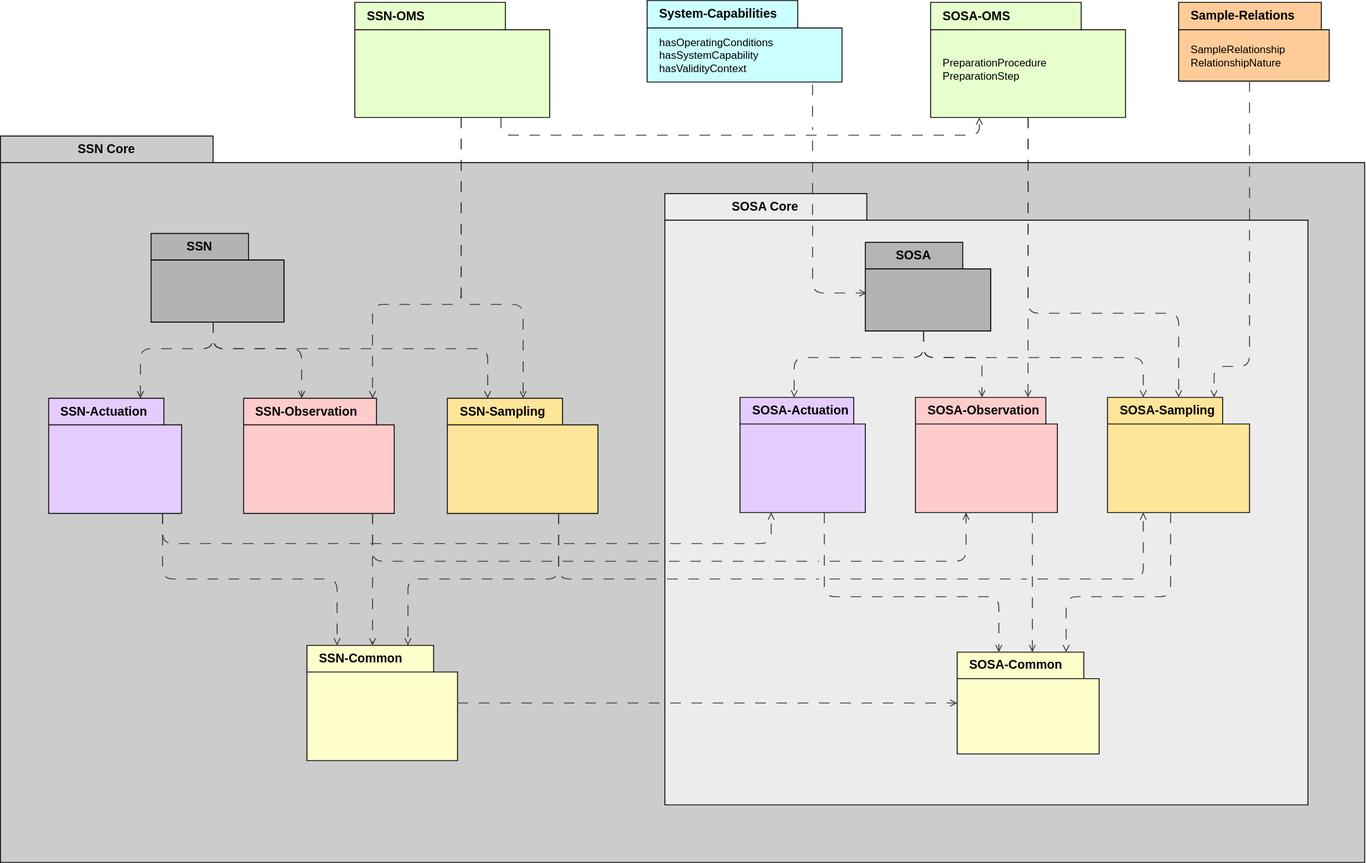
Above: ssn/images/SSN-extension-modules.svg in afeliachi/sdw-sosa-ssn (draw.io), before the change. Source tidied: cells renumbered, new cells last; positions are measured from the earlier drawing's top-left corner, leaving out a move shared by most shapes.
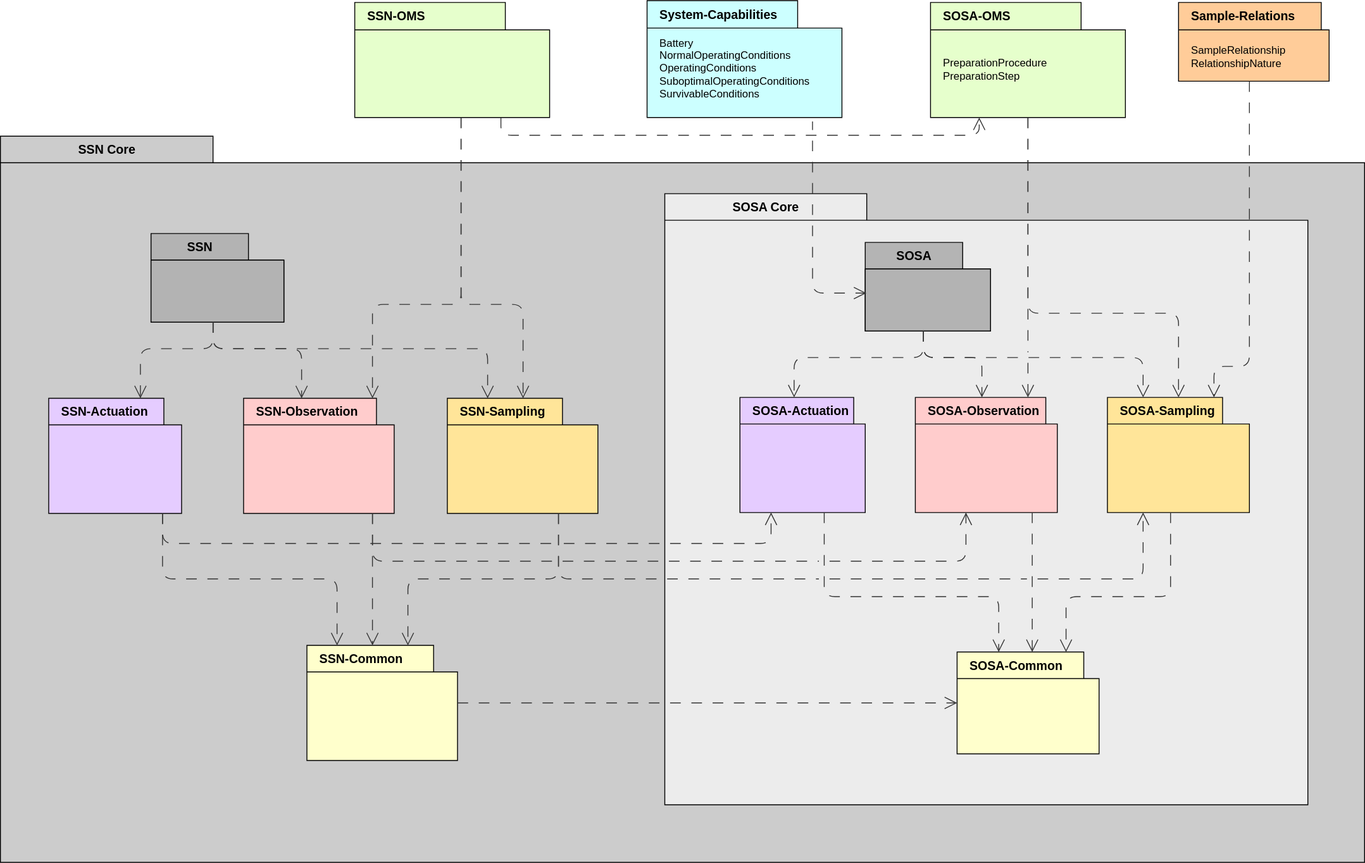
The same diagram one commit later.

Change to the diagram source:
```diff
@@ -55,3 +55,3 @@
     </mxCell>
-    <mxCell id="15" style="html=1;jettySize=18;whiteSpace=wrap;fontSize=13;strokeColor=#333333;strokeOpacity=100;fixDash=1;strokeWidth=1;rounded=1;arcSize=24;edgeStyle=orthogonalEdgeStyle;startArrow=none;endArrow=open;lucidId=S1U.udle6dnT;dashed=1;dashPattern=12 12;convertToSvg=1;fontColor=default;" parent="3" edge="1" source="13" target="5">
+    <mxCell id="15" style="html=1;jettySize=18;whiteSpace=wrap;fontSize=13;strokeColor=#333333;strokeOpacity=100;fixDash=1;strokeWidth=1;rounded=1;arcSize=24;edgeStyle=orthogonalEdgeStyle;startArrow=none;endArrow=open;lucidId=S1U.udle6dnT;dashed=1;dashPattern=12 12;convertToSvg=1;fontColor=default;endSize=12;" parent="3" edge="1" source="13" target="5">
       <mxGeometry relative="1" as="geometry">
@@ -63,3 +63,3 @@
     </mxCell>
-    <mxCell id="16" style="html=1;jettySize=18;whiteSpace=wrap;fontSize=13;strokeColor=#333333;strokeOpacity=100;fixDash=1;strokeWidth=1;rounded=1;arcSize=24;edgeStyle=orthogonalEdgeStyle;startArrow=none;endArrow=open;lucidId=S1U.udle6dnT;dashed=1;dashPattern=12 12;convertToSvg=1;fontColor=default;" parent="3" edge="1" source="13" target="7">
+    <mxCell id="16" style="html=1;jettySize=18;whiteSpace=wrap;fontSize=13;strokeColor=#333333;strokeOpacity=100;fixDash=1;strokeWidth=1;rounded=1;arcSize=24;edgeStyle=orthogonalEdgeStyle;startArrow=none;endArrow=open;lucidId=S1U.udle6dnT;dashed=1;dashPattern=12 12;convertToSvg=1;fontColor=default;endSize=12;" parent="3" edge="1" source="13" target="7">
       <mxGeometry relative="1" as="geometry">
@@ -71,3 +71,3 @@
     </mxCell>
-    <mxCell id="17" style="html=1;jettySize=18;whiteSpace=wrap;fontSize=13;strokeColor=#333333;strokeOpacity=100;fixDash=1;strokeWidth=1;rounded=1;arcSize=24;edgeStyle=orthogonalEdgeStyle;startArrow=none;endArrow=open;lucidId=S1U.udle6dnT;dashed=1;dashPattern=12 12;convertToSvg=1;fontColor=default;" parent="3" edge="1" source="13" target="9">
+    <mxCell id="17" style="html=1;jettySize=18;whiteSpace=wrap;fontSize=13;strokeColor=#333333;strokeOpacity=100;fixDash=1;strokeWidth=1;rounded=1;arcSize=24;edgeStyle=orthogonalEdgeStyle;startArrow=none;endArrow=open;lucidId=S1U.udle6dnT;dashed=1;dashPattern=12 12;convertToSvg=1;fontColor=default;endSize=12;" parent="3" edge="1" source="13" target="9">
       <mxGeometry relative="1" as="geometry">
@@ -79,3 +79,3 @@
     </mxCell>
-    <mxCell id="18" style="html=1;jettySize=18;whiteSpace=wrap;fontSize=13;strokeColor=#333333;strokeOpacity=100;fixDash=1;strokeWidth=1;rounded=1;arcSize=24;edgeStyle=orthogonalEdgeStyle;startArrow=none;endArrow=open;lucidId=S1U.udle6dnT;dashed=1;dashPattern=12 12;convertToSvg=1;fontColor=default;" parent="3" edge="1" source="5" target="11">
+    <mxCell id="18" style="html=1;jettySize=18;whiteSpace=wrap;fontSize=13;strokeColor=#333333;strokeOpacity=100;fixDash=1;strokeWidth=1;rounded=1;arcSize=24;edgeStyle=orthogonalEdgeStyle;startArrow=none;endArrow=open;lucidId=S1U.udle6dnT;dashed=1;dashPattern=12 12;convertToSvg=1;fontColor=default;endSize=12;" parent="3" edge="1" source="5" target="11">
       <mxGeometry relative="1" as="geometry">
@@ -87,3 +87,3 @@
     </mxCell>
-    <mxCell id="19" style="html=1;jettySize=18;whiteSpace=wrap;fontSize=13;strokeColor=#333333;strokeOpacity=100;fixDash=1;strokeWidth=1;rounded=1;arcSize=24;edgeStyle=orthogonalEdgeStyle;startArrow=none;endArrow=open;lucidId=S1U.udle6dnT;dashed=1;dashPattern=12 12;convertToSvg=1;fontColor=default;" parent="3" edge="1" source="7" target="11">
+    <mxCell id="19" style="html=1;jettySize=18;whiteSpace=wrap;fontSize=13;strokeColor=#333333;strokeOpacity=100;fixDash=1;strokeWidth=1;rounded=1;arcSize=24;edgeStyle=orthogonalEdgeStyle;startArrow=none;endArrow=open;lucidId=S1U.udle6dnT;dashed=1;dashPattern=12 12;convertToSvg=1;fontColor=default;endSize=12;" parent="3" edge="1" source="7" target="11">
       <mxGeometry relative="1" as="geometry">
@@ -95,3 +95,3 @@
     </mxCell>
-    <mxCell id="20" style="html=1;jettySize=18;whiteSpace=wrap;fontSize=13;strokeColor=#333333;strokeOpacity=100;fixDash=1;strokeWidth=1;rounded=1;arcSize=24;edgeStyle=orthogonalEdgeStyle;startArrow=none;endArrow=open;lucidId=S1U.udle6dnT;dashed=1;dashPattern=12 12;convertToSvg=1;fontColor=default;" parent="3" edge="1" source="9" target="11">
+    <mxCell id="20" style="html=1;jettySize=18;whiteSpace=wrap;fontSize=13;strokeColor=#333333;strokeOpacity=100;fixDash=1;strokeWidth=1;rounded=1;arcSize=24;edgeStyle=orthogonalEdgeStyle;startArrow=none;endArrow=open;lucidId=S1U.udle6dnT;dashed=1;dashPattern=12 12;convertToSvg=1;fontColor=default;endSize=12;" parent="3" edge="1" source="9" target="11">
       <mxGeometry relative="1" as="geometry">
@@ -143,3 +143,3 @@
     </mxCell>
-    <mxCell id="31" style="html=1;jettySize=18;whiteSpace=wrap;fontSize=13;strokeColor=#333333;strokeOpacity=100;fixDash=1;strokeWidth=1;rounded=1;arcSize=24;edgeStyle=orthogonalEdgeStyle;startArrow=none;endArrow=open;lucidId=S1U.udle6dnT;dashed=1;dashPattern=12 12;convertToSvg=1;fontColor=default;" parent="2" edge="1" source="29" target="21">
+    <mxCell id="31" style="html=1;jettySize=18;whiteSpace=wrap;fontSize=13;strokeColor=#333333;strokeOpacity=100;fixDash=1;strokeWidth=1;rounded=1;arcSize=24;edgeStyle=orthogonalEdgeStyle;startArrow=none;endArrow=open;lucidId=S1U.udle6dnT;dashed=1;dashPattern=12 12;convertToSvg=1;fontColor=default;endSize=12;" parent="2" edge="1" source="29" target="21">
       <mxGeometry relative="1" as="geometry">
@@ -151,3 +151,3 @@
     </mxCell>
-    <mxCell id="32" style="html=1;jettySize=18;whiteSpace=wrap;fontSize=13;strokeColor=#333333;strokeOpacity=100;fixDash=1;strokeWidth=1;rounded=1;arcSize=24;edgeStyle=orthogonalEdgeStyle;startArrow=none;endArrow=open;lucidId=S1U.udle6dnT;dashed=1;dashPattern=12 12;convertToSvg=1;fontColor=default;" parent="2" edge="1" source="29" target="23">
+    <mxCell id="32" style="html=1;jettySize=18;whiteSpace=wrap;fontSize=13;strokeColor=#333333;strokeOpacity=100;fixDash=1;strokeWidth=1;rounded=1;arcSize=24;edgeStyle=orthogonalEdgeStyle;startArrow=none;endArrow=open;lucidId=S1U.udle6dnT;dashed=1;dashPattern=12 12;convertToSvg=1;fontColor=default;endSize=12;" parent="2" edge="1" source="29" target="23">
       <mxGeometry relative="1" as="geometry">
@@ -159,3 +159,3 @@
     </mxCell>
-    <mxCell id="33" style="html=1;jettySize=18;whiteSpace=wrap;fontSize=13;strokeColor=#333333;strokeOpacity=100;fixDash=1;strokeWidth=1;rounded=1;arcSize=24;edgeStyle=orthogonalEdgeStyle;startArrow=none;endArrow=open;lucidId=S1U.udle6dnT;dashed=1;dashPattern=12 12;convertToSvg=1;fontColor=default;" parent="2" edge="1" source="29" target="25">
+    <mxCell id="33" style="html=1;jettySize=18;whiteSpace=wrap;fontSize=13;strokeColor=#333333;strokeOpacity=100;fixDash=1;strokeWidth=1;rounded=1;arcSize=24;edgeStyle=orthogonalEdgeStyle;startArrow=none;endArrow=open;lucidId=S1U.udle6dnT;dashed=1;dashPattern=12 12;convertToSvg=1;fontColor=default;endSize=12;" parent="2" edge="1" source="29" target="25">
       <mxGeometry relative="1" as="geometry">
@@ -167,3 +167,3 @@
     </mxCell>
-    <mxCell id="34" style="html=1;jettySize=18;whiteSpace=wrap;fontSize=13;strokeColor=#333333;strokeOpacity=100;fixDash=1;strokeWidth=1;rounded=1;arcSize=24;edgeStyle=orthogonalEdgeStyle;startArrow=none;endArrow=open;lucidId=S1U.udle6dnT;dashed=1;dashPattern=12 12;convertToSvg=1;fontColor=default;" parent="2" edge="1" source="21" target="27">
+    <mxCell id="34" style="html=1;jettySize=18;whiteSpace=wrap;fontSize=13;strokeColor=#333333;strokeOpacity=100;fixDash=1;strokeWidth=1;rounded=1;arcSize=24;edgeStyle=orthogonalEdgeStyle;startArrow=none;endArrow=open;lucidId=S1U.udle6dnT;dashed=1;dashPattern=12 12;convertToSvg=1;fontColor=default;endSize=12;" parent="2" edge="1" source="21" target="27">
       <mxGeometry relative="1" as="geometry">
@@ -175,3 +175,3 @@
     </mxCell>
-    <mxCell id="35" style="html=1;jettySize=18;whiteSpace=wrap;fontSize=13;strokeColor=#333333;strokeOpacity=100;fixDash=1;strokeWidth=1;rounded=1;arcSize=24;edgeStyle=orthogonalEdgeStyle;startArrow=none;endArrow=open;lucidId=S1U.udle6dnT;dashed=1;dashPattern=12 12;convertToSvg=1;fontColor=default;" parent="2" edge="1" source="23" target="27">
+    <mxCell id="35" style="html=1;jettySize=18;whiteSpace=wrap;fontSize=13;strokeColor=#333333;strokeOpacity=100;fixDash=1;strokeWidth=1;rounded=1;arcSize=24;edgeStyle=orthogonalEdgeStyle;startArrow=none;endArrow=open;lucidId=S1U.udle6dnT;dashed=1;dashPattern=12 12;convertToSvg=1;fontColor=default;endSize=12;" parent="2" edge="1" source="23" target="27">
       <mxGeometry relative="1" as="geometry">
@@ -183,3 +183,3 @@
     </mxCell>
-    <mxCell id="36" style="html=1;jettySize=18;whiteSpace=wrap;fontSize=13;strokeColor=#333333;strokeOpacity=100;fixDash=1;strokeWidth=1;rounded=1;arcSize=24;edgeStyle=orthogonalEdgeStyle;startArrow=none;endArrow=open;lucidId=S1U.udle6dnT;dashed=1;dashPattern=12 12;convertToSvg=1;fontColor=default;" parent="2" edge="1" source="25" target="27">
+    <mxCell id="36" style="html=1;jettySize=18;whiteSpace=wrap;fontSize=13;strokeColor=#333333;strokeOpacity=100;fixDash=1;strokeWidth=1;rounded=1;arcSize=24;edgeStyle=orthogonalEdgeStyle;startArrow=none;endArrow=open;lucidId=S1U.udle6dnT;dashed=1;dashPattern=12 12;convertToSvg=1;fontColor=default;endSize=12;" parent="2" edge="1" source="25" target="27">
       <mxGeometry relative="1" as="geometry">
@@ -191,6 +191,6 @@
     </mxCell>
-    <mxCell id="37" style="html=1;jettySize=18;whiteSpace=wrap;fontSize=13;strokeColor=#333333;strokeOpacity=100;fixDash=1;strokeWidth=1;rounded=1;arcSize=24;edgeStyle=orthogonalEdgeStyle;startArrow=none;endArrow=open;lucidId=S1U.udle6dnT;dashed=1;dashPattern=12 12;convertToSvg=1;fontColor=default;" parent="2" edge="1" source="27" target="11">
+    <mxCell id="37" style="html=1;jettySize=18;whiteSpace=wrap;fontSize=13;strokeColor=#333333;strokeOpacity=100;fixDash=1;strokeWidth=1;rounded=1;arcSize=24;edgeStyle=orthogonalEdgeStyle;startArrow=none;endArrow=open;lucidId=S1U.udle6dnT;dashed=1;dashPattern=12 12;convertToSvg=1;fontColor=default;endSize=12;" parent="2" edge="1" source="27" target="11">
       <mxGeometry relative="1" as="geometry" />
     </mxCell>
-    <mxCell id="38" style="html=1;jettySize=18;whiteSpace=wrap;fontSize=13;strokeColor=#333333;strokeOpacity=100;fixDash=1;strokeWidth=1;rounded=1;arcSize=24;edgeStyle=orthogonalEdgeStyle;startArrow=none;endArrow=open;lucidId=S1U.udle6dnT;dashed=1;dashPattern=12 12;convertToSvg=1;jumpStyle=gap;jumpSize=12;fontColor=default;" parent="2" edge="1" source="21" target="5">
+    <mxCell id="38" style="html=1;jettySize=18;whiteSpace=wrap;fontSize=13;strokeColor=#333333;strokeOpacity=100;fixDash=1;strokeWidth=1;rounded=1;arcSize=24;edgeStyle=orthogonalEdgeStyle;startArrow=none;endArrow=open;lucidId=S1U.udle6dnT;dashed=1;dashPattern=12 12;convertToSvg=1;jumpStyle=gap;jumpSize=12;fontColor=default;endSize=12;" parent="2" edge="1" source="21" target="5">
       <mxGeometry relative="1" as="geometry">
@@ -202,3 +202,3 @@
     </mxCell>
-    <mxCell id="39" style="html=1;jettySize=18;whiteSpace=wrap;fontSize=13;strokeColor=#333333;strokeOpacity=100;fixDash=1;strokeWidth=1;rounded=1;arcSize=24;edgeStyle=orthogonalEdgeStyle;startArrow=none;endArrow=open;lucidId=S1U.udle6dnT;dashed=1;dashPattern=12 12;convertToSvg=1;jumpStyle=gap;jumpSize=12;fontColor=default;" parent="2" edge="1" source="23" target="7">
+    <mxCell id="39" style="html=1;jettySize=18;whiteSpace=wrap;fontSize=13;strokeColor=#333333;strokeOpacity=100;fixDash=1;strokeWidth=1;rounded=1;arcSize=24;edgeStyle=orthogonalEdgeStyle;startArrow=none;endArrow=open;lucidId=S1U.udle6dnT;dashed=1;dashPattern=12 12;convertToSvg=1;jumpStyle=gap;jumpSize=12;fontColor=default;endSize=12;" parent="2" edge="1" source="23" target="7">
       <mxGeometry relative="1" as="geometry">
@@ -210,3 +210,3 @@
     </mxCell>
-    <mxCell id="40" style="html=1;jettySize=18;whiteSpace=wrap;fontSize=13;strokeColor=#333333;strokeOpacity=100;fixDash=1;strokeWidth=1;rounded=1;arcSize=24;edgeStyle=orthogonalEdgeStyle;startArrow=none;endArrow=open;lucidId=S1U.udle6dnT;dashed=1;dashPattern=12 12;convertToSvg=1;jumpStyle=gap;jumpSize=12;fontColor=default;" parent="2" edge="1" source="25" target="9">
+    <mxCell id="40" style="html=1;jettySize=18;whiteSpace=wrap;fontSize=13;strokeColor=#333333;strokeOpacity=100;fixDash=1;strokeWidth=1;rounded=1;arcSize=24;edgeStyle=orthogonalEdgeStyle;startArrow=none;endArrow=open;lucidId=S1U.udle6dnT;dashed=1;dashPattern=12 12;convertToSvg=1;jumpStyle=gap;jumpSize=12;fontColor=default;endSize=12;" parent="2" edge="1" source="25" target="9">
       <mxGeometry relative="1" as="geometry">
@@ -219,6 +219,6 @@
     <mxCell id="41" value="&lt;font style=&quot;font-size: 14px;&quot;&gt;System-Capabilities&lt;/font&gt;" style="shape=folder;fontStyle=1;tabWidth=170;tabHeight=31;tabPosition=left;html=1;boundedLbl=1;labelInHeader=1;whiteSpace=wrap;strokeColor=default;align=left;verticalAlign=middle;spacingLeft=12;fontFamily=Helvetica;fontSize=12;fontColor=default;fillColor=#CCFFFF;strokeWidth=1;convertToSvg=1;" parent="1" vertex="1">
-      <mxGeometry x="730" width="220" height="92" as="geometry" />
+      <mxGeometry x="730" width="220" height="132" as="geometry" />
     </mxCell>
-    <mxCell id="42" value="&lt;span style=&quot;font-weight: normal;&quot;&gt;hasOperatingConditions&lt;br&gt;hasSystemCapability&lt;br&gt;hasValidityContext&lt;/span&gt;" style="html=1;strokeColor=none;fillColor=none;whiteSpace=wrap;align=left;verticalAlign=middle;spacingLeft=12;fontFamily=Helvetica;fontSize=12;fontColor=default;fontStyle=1;strokeWidth=1;convertToSvg=1;" parent="41" vertex="1">
-      <mxGeometry width="220" height="64.4" relative="1" as="geometry">
+    <mxCell id="42" value="&lt;span style=&quot;font-weight: normal;&quot;&gt;Battery&lt;br&gt;&lt;/span&gt;&lt;span style=&quot;font-weight: 400;&quot;&gt;NormalOperatingConditions&lt;br&gt;&lt;/span&gt;&lt;span style=&quot;font-weight: 400;&quot;&gt;OperatingConditions&lt;br&gt;&lt;/span&gt;&lt;span style=&quot;font-weight: 400;&quot;&gt;SuboptimalOperatingConditions&lt;/span&gt;&lt;span style=&quot;font-weight: normal;&quot;&gt;&lt;br&gt;SurvivableConditions&lt;br&gt;&lt;/span&gt;" style="html=1;strokeColor=none;fillColor=none;whiteSpace=wrap;align=left;verticalAlign=middle;spacingLeft=12;fontFamily=Helvetica;fontSize=12;fontColor=default;fontStyle=1;strokeWidth=1;convertToSvg=1;" parent="41" vertex="1">
+      <mxGeometry width="220" height="92.4" relative="1" as="geometry">
         <mxPoint y="30" as="offset" />
@@ -250,3 +250,3 @@
     </mxCell>
-    <mxCell id="49" style="html=1;jettySize=18;whiteSpace=wrap;fontSize=13;strokeColor=#333333;strokeOpacity=100;fixDash=1;strokeWidth=1;rounded=1;arcSize=24;edgeStyle=orthogonalEdgeStyle;startArrow=none;endArrow=open;lucidId=S1U.udle6dnT;dashed=1;dashPattern=12 12;convertToSvg=1;fontColor=default;" parent="1" edge="1" source="43" target="5">
+    <mxCell id="49" style="html=1;jettySize=18;whiteSpace=wrap;fontSize=13;strokeColor=#333333;strokeOpacity=100;fixDash=1;strokeWidth=1;rounded=1;arcSize=24;edgeStyle=orthogonalEdgeStyle;startArrow=none;endArrow=open;lucidId=S1U.udle6dnT;dashed=1;dashPattern=12 12;convertToSvg=1;fontColor=default;endSize=12;" parent="1" edge="1" source="43" target="5">
       <mxGeometry relative="1" as="geometry">
@@ -258,3 +258,3 @@
     </mxCell>
-    <mxCell id="50" style="html=1;jettySize=18;whiteSpace=wrap;fontSize=13;strokeColor=#333333;strokeOpacity=100;fixDash=1;strokeWidth=1;rounded=1;arcSize=24;edgeStyle=orthogonalEdgeStyle;startArrow=none;endArrow=open;lucidId=S1U.udle6dnT;dashed=1;dashPattern=12 12;convertToSvg=1;fontColor=default;" parent="1" edge="1" source="45" target="5">
+    <mxCell id="50" style="html=1;jettySize=18;whiteSpace=wrap;fontSize=13;strokeColor=#333333;strokeOpacity=100;fixDash=1;strokeWidth=1;rounded=1;arcSize=24;edgeStyle=orthogonalEdgeStyle;startArrow=none;endArrow=open;lucidId=S1U.udle6dnT;dashed=1;dashPattern=12 12;convertToSvg=1;fontColor=default;endSize=12;" parent="1" edge="1" source="45" target="5">
       <mxGeometry relative="1" as="geometry">
@@ -266,3 +266,3 @@
     </mxCell>
-    <mxCell id="51" style="html=1;jettySize=18;whiteSpace=wrap;fontSize=13;strokeColor=#333333;strokeOpacity=100;fixDash=1;strokeWidth=1;rounded=1;arcSize=24;edgeStyle=orthogonalEdgeStyle;startArrow=none;endArrow=open;lucidId=S1U.udle6dnT;dashed=1;dashPattern=12 12;convertToSvg=1;jumpStyle=gap;jumpSize=12;fontColor=default;" parent="1" edge="1" source="45" target="7">
+    <mxCell id="51" style="html=1;jettySize=18;whiteSpace=wrap;fontSize=13;strokeColor=#333333;strokeOpacity=100;fixDash=1;strokeWidth=1;rounded=1;arcSize=24;edgeStyle=orthogonalEdgeStyle;startArrow=none;endArrow=open;lucidId=S1U.udle6dnT;dashed=1;dashPattern=12 12;convertToSvg=1;jumpStyle=gap;jumpSize=12;fontColor=default;endSize=12;" parent="1" edge="1" source="45" target="7">
       <mxGeometry relative="1" as="geometry">
@@ -274,3 +274,3 @@
     </mxCell>
-    <mxCell id="52" style="html=1;jettySize=18;whiteSpace=wrap;fontSize=13;strokeColor=#333333;strokeOpacity=100;fixDash=1;strokeWidth=1;rounded=1;arcSize=24;edgeStyle=orthogonalEdgeStyle;startArrow=none;endArrow=open;lucidId=S1U.udle6dnT;dashed=1;dashPattern=12 12;convertToSvg=1;fontColor=default;" parent="1" edge="1" source="47" target="23">
+    <mxCell id="52" style="html=1;jettySize=18;whiteSpace=wrap;fontSize=13;strokeColor=#333333;strokeOpacity=100;fixDash=1;strokeWidth=1;rounded=1;arcSize=24;edgeStyle=orthogonalEdgeStyle;startArrow=none;endArrow=open;lucidId=S1U.udle6dnT;dashed=1;dashPattern=12 12;convertToSvg=1;fontColor=default;endSize=12;" parent="1" edge="1" source="47" target="23">
       <mxGeometry relative="1" as="geometry">
@@ -282,3 +282,3 @@
     </mxCell>
-    <mxCell id="53" style="html=1;jettySize=18;whiteSpace=wrap;fontSize=13;strokeColor=#333333;strokeOpacity=100;fixDash=1;strokeWidth=1;rounded=1;arcSize=24;edgeStyle=orthogonalEdgeStyle;startArrow=none;endArrow=open;lucidId=S1U.udle6dnT;dashed=1;dashPattern=12 12;convertToSvg=1;jumpStyle=gap;jumpSize=12;fontColor=default;" parent="1" edge="1" source="47" target="21">
+    <mxCell id="53" style="html=1;jettySize=18;whiteSpace=wrap;fontSize=13;strokeColor=#333333;strokeOpacity=100;fixDash=1;strokeWidth=1;rounded=1;arcSize=24;edgeStyle=orthogonalEdgeStyle;startArrow=none;endArrow=open;lucidId=S1U.udle6dnT;dashed=1;dashPattern=12 12;convertToSvg=1;jumpStyle=gap;jumpSize=12;fontColor=default;endSize=12;" parent="1" edge="1" source="47" target="21">
       <mxGeometry relative="1" as="geometry">
@@ -290,3 +290,3 @@
     </mxCell>
-    <mxCell id="54" style="html=1;jettySize=18;whiteSpace=wrap;fontSize=13;strokeColor=#333333;strokeOpacity=100;fixDash=1;strokeWidth=1;rounded=1;arcSize=24;edgeStyle=orthogonalEdgeStyle;startArrow=none;endArrow=open;lucidId=S1U.udle6dnT;dashed=1;dashPattern=12 12;convertToSvg=1;fontColor=default;exitX=0.75;exitY=1;exitDx=0;exitDy=0;exitPerimeter=0;entryX=0.25;entryY=1;entryDx=0;entryDy=0;entryPerimeter=0;" parent="1" edge="1" source="47" target="45">
+    <mxCell id="54" style="html=1;jettySize=18;whiteSpace=wrap;fontSize=13;strokeColor=#333333;strokeOpacity=100;fixDash=1;strokeWidth=1;rounded=1;arcSize=24;edgeStyle=orthogonalEdgeStyle;startArrow=none;endArrow=open;lucidId=S1U.udle6dnT;dashed=1;dashPattern=12 12;convertToSvg=1;fontColor=default;exitX=0.75;exitY=1;exitDx=0;exitDy=0;exitPerimeter=0;entryX=0.25;entryY=1;entryDx=0;entryDy=0;entryPerimeter=0;endSize=12;" parent="1" edge="1" source="47" target="45">
       <mxGeometry relative="1" as="geometry">
@@ -298,3 +298,3 @@
     </mxCell>
-    <mxCell id="55" style="html=1;jettySize=18;whiteSpace=wrap;fontSize=13;strokeColor=#333333;strokeOpacity=100;fixDash=1;strokeWidth=1;rounded=1;arcSize=24;edgeStyle=orthogonalEdgeStyle;startArrow=none;endArrow=open;lucidId=S1U.udle6dnT;dashed=1;dashPattern=12 12;convertToSvg=1;jumpStyle=gap;jumpSize=12;fontColor=default;entryX=0.009;entryY=0.572;entryDx=0;entryDy=0;entryPerimeter=0;exitX=0.849;exitY=1.033;exitDx=0;exitDy=0;exitPerimeter=0;" parent="1" edge="1" source="41" target="13">
+    <mxCell id="55" style="html=1;jettySize=18;whiteSpace=wrap;fontSize=13;strokeColor=#333333;strokeOpacity=100;fixDash=1;strokeWidth=1;rounded=1;arcSize=24;edgeStyle=orthogonalEdgeStyle;startArrow=none;endArrow=open;lucidId=S1U.udle6dnT;dashed=1;dashPattern=12 12;convertToSvg=1;jumpStyle=gap;jumpSize=12;fontColor=default;entryX=0.009;entryY=0.572;entryDx=0;entryDy=0;entryPerimeter=0;exitX=0.849;exitY=1.033;exitDx=0;exitDy=0;exitPerimeter=0;endSize=12;" parent="1" edge="1" source="41" target="13">
       <mxGeometry relative="1" as="geometry">
```
